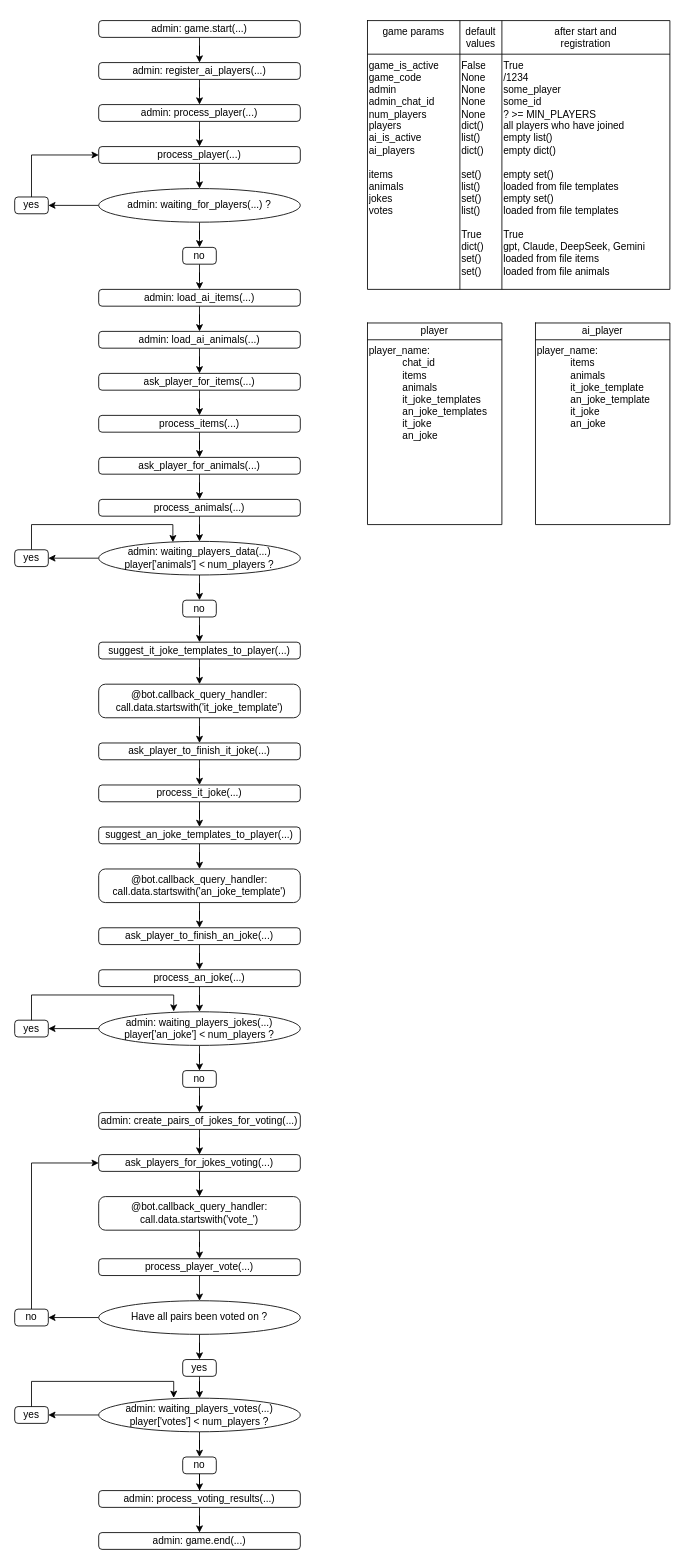
Earlier version of the draw.io diagram page "Page-1" (1 of 2) of telebot.drawio (yuko-37/smehahuehbot). Source tidied: cells renumbered, new cells numbered last; positions are measured from the earlier drawing's top-left corner, leaving out a move shared by most shapes. Both pictures are drawn from the tidied source at 84%, with x=0, y=0 at pixel (14, 20).
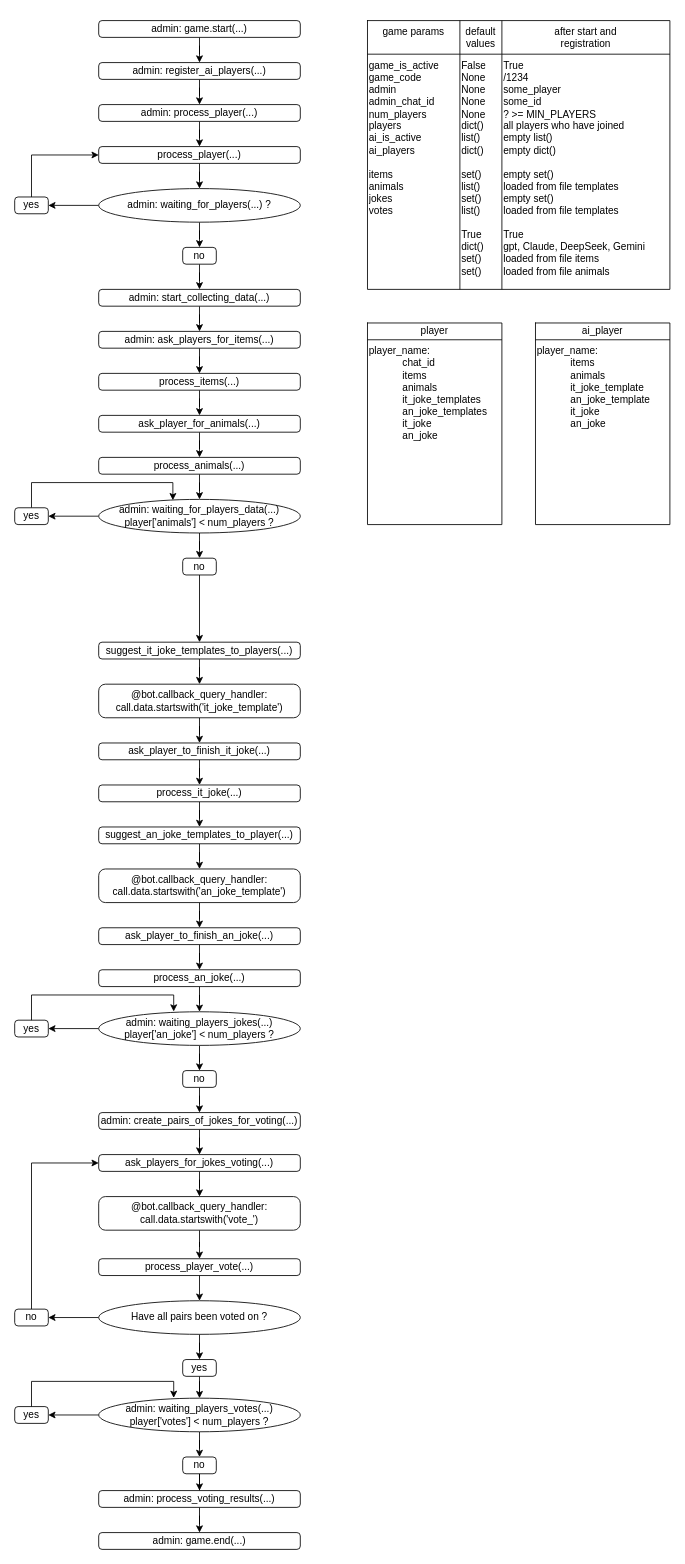
Above is the later version.

Change to the diagram source:
```diff
@@
-    <mxCell id="37" style="edgeStyle=orthogonalEdgeStyle;rounded=0;jettySize=auto;html=1;entryX=0.5;entryY=0;entryDx=0;entryDy=0;" parent="1" edge="1" source="38" target="44">
-      <mxGeometry relative="1" as="geometry" />
-    </mxCell>
+    <mxCell id="104" style="edgeStyle=orthogonalEdgeStyle;rounded=0;jettySize=auto;html=1;entryX=0.5;entryY=0;entryDx=0;entryDy=0;" parent="1" edge="1" source="38" target="40">
+      <mxGeometry relative="1" as="geometry" />
+    </mxCell>
-    <mxCell id="38" value="admin:&amp;nbsp;&lt;span style=&quot;background-color: transparent; color: light-dark(rgb(0, 0, 0), rgb(255, 255, 255));&quot;&gt;load_ai_items(...)&lt;/span&gt;" style="rounded=1;whiteSpace=wrap;html=1;arcSize=20;" parent="1" vertex="1">
+    <mxCell id="38" value="admin: start_collecting_data(...)" style="rounded=1;whiteSpace=wrap;html=1;arcSize=20;" parent="1" vertex="1">
       <mxGeometry x="100" y="320" width="240" height="20" as="geometry" />
     </mxCell>
@@
-    <mxCell id="40" value="ask_player_for_items(...)" style="rounded=1;whiteSpace=wrap;html=1;arcSize=20;" parent="1" vertex="1">
-      <mxGeometry x="100" y="420" width="240" height="20" as="geometry" />
+    <mxCell id="40" value="admin: ask_players_for_items(...)" style="rounded=1;whiteSpace=wrap;html=1;arcSize=20;" parent="1" vertex="1">
+      <mxGeometry x="100" y="370" width="240" height="20" as="geometry" />
     </mxCell>
@@
     <mxCell id="42" value="process_items(...)" style="rounded=1;whiteSpace=wrap;html=1;arcSize=20;" parent="1" vertex="1">
-      <mxGeometry x="100" y="470" width="240" height="20" as="geometry" />
+      <mxGeometry x="100" y="420" width="240" height="20" as="geometry" />
     </mxCell>
-    <mxCell id="43" style="edgeStyle=orthogonalEdgeStyle;rounded=0;jettySize=auto;html=1;" parent="1" edge="1" source="44" target="40">
-      <mxGeometry relative="1" as="geometry" />
-    </mxCell>
-    <mxCell id="44" value="admin:&amp;nbsp;&lt;span style=&quot;background-color: transparent; color: light-dark(rgb(0, 0, 0), rgb(255, 255, 255));&quot;&gt;load_ai_animals(...)&lt;/span&gt;" style="rounded=1;whiteSpace=wrap;html=1;arcSize=20;" parent="1" vertex="1">
-      <mxGeometry x="100" y="370" width="240" height="20" as="geometry" />
-    </mxCell>
@@
     <mxCell id="46" value="ask_player_for_animals(...)" style="rounded=1;whiteSpace=wrap;html=1;arcSize=20;" parent="1" vertex="1">
-      <mxGeometry x="100" y="520" width="240" height="20" as="geometry" />
+      <mxGeometry x="100" y="470" width="240" height="20" as="geometry" />
     </mxCell>
@@
     <mxCell id="48" value="process_animals(...)" style="rounded=1;whiteSpace=wrap;html=1;arcSize=20;" parent="1" vertex="1">
-      <mxGeometry x="100" y="570" width="240" height="20" as="geometry" />
+      <mxGeometry x="100" y="520" width="240" height="20" as="geometry" />
     </mxCell>
@@
-    <mxCell id="51" value="admin:&amp;nbsp;&lt;span style=&quot;background-color: transparent; color: light-dark(rgb(0, 0, 0), rgb(255, 255, 255));&quot;&gt;waiting_players_data(...)&lt;/span&gt;&lt;div&gt;&lt;span style=&quot;background-color: transparent; color: light-dark(rgb(0, 0, 0), rgb(255, 255, 255));&quot;&gt;player['animals'] &amp;lt; num_players ?&lt;/span&gt;&lt;/div&gt;" style="ellipse;whiteSpace=wrap;html=1;" parent="1" vertex="1">
-      <mxGeometry x="100" y="620" width="240" height="40" as="geometry" />
+    <mxCell id="51" value="admin:&amp;nbsp;&lt;span style=&quot;background-color: transparent; color: light-dark(rgb(0, 0, 0), rgb(255, 255, 255));&quot;&gt;waiting_for_players_data(...)&lt;/span&gt;&lt;div&gt;&lt;span style=&quot;background-color: transparent; color: light-dark(rgb(0, 0, 0), rgb(255, 255, 255));&quot;&gt;player['animals'] &amp;lt; num_players ?&lt;/span&gt;&lt;/div&gt;" style="ellipse;whiteSpace=wrap;html=1;" parent="1" vertex="1">
+      <mxGeometry x="100" y="570" width="240" height="40" as="geometry" />
     </mxCell>
@@
     <mxCell id="53" value="no" style="rounded=1;whiteSpace=wrap;html=1;arcSize=20;" parent="1" vertex="1">
-      <mxGeometry x="200" y="690" width="40" height="20" as="geometry" />
+      <mxGeometry x="200" y="640" width="40" height="20" as="geometry" />
     </mxCell>
     <mxCell id="54" style="edgeStyle=orthogonalEdgeStyle;rounded=0;jettySize=auto;html=1;entryX=0.368;entryY=0.025;entryDx=0;entryDy=0;entryPerimeter=0;" parent="1" edge="1" source="55" target="51">
       <mxGeometry relative="1" as="geometry">
         <Array as="points">
-          <mxPoint x="20" y="600" />
-          <mxPoint x="188" y="600" />
+          <mxPoint x="20" y="550" />
+          <mxPoint x="188" y="550" />
         </Array>
       </mxGeometry>
     </mxCell>
     <mxCell id="55" value="yes" style="rounded=1;whiteSpace=wrap;html=1;arcSize=20;" parent="1" vertex="1">
-      <mxGeometry y="630" width="40" height="20" as="geometry" />
+      <mxGeometry y="580" width="40" height="20" as="geometry" />
     </mxCell>
@@
-    <mxCell id="57" value="suggest_it_joke_templates_to_player(...)" style="rounded=1;whiteSpace=wrap;html=1;arcSize=20;" parent="1" vertex="1">
+    <mxCell id="57" value="suggest_it_joke_templates_to_players(...)" style="rounded=1;whiteSpace=wrap;html=1;arcSize=20;" parent="1" vertex="1">
       <mxGeometry x="100" y="740" width="240" height="20" as="geometry" />
     </mxCell>
```
